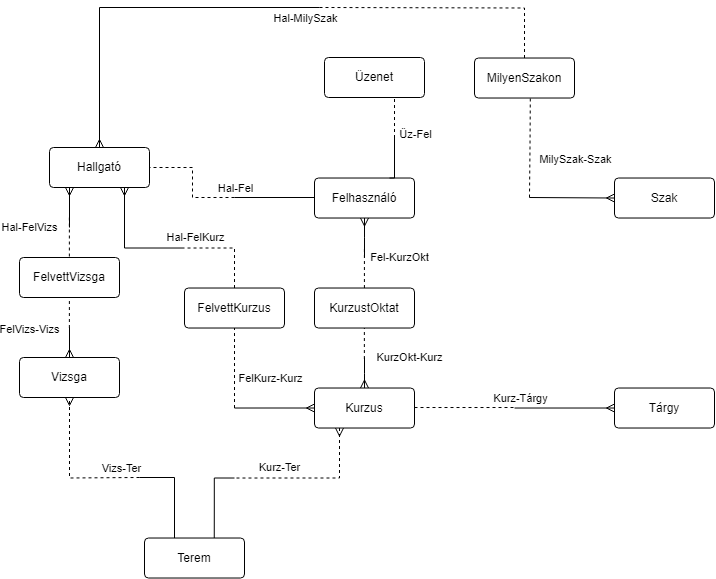
Earlier version of the draw.io export ssadm/egyedmodell/egyedmodell.png (SzoDavid/murica). Source tidied: cells renumbered, new cells last; positions are measured from the earlier drawing's top-left corner, leaving out a move shared by most shapes.
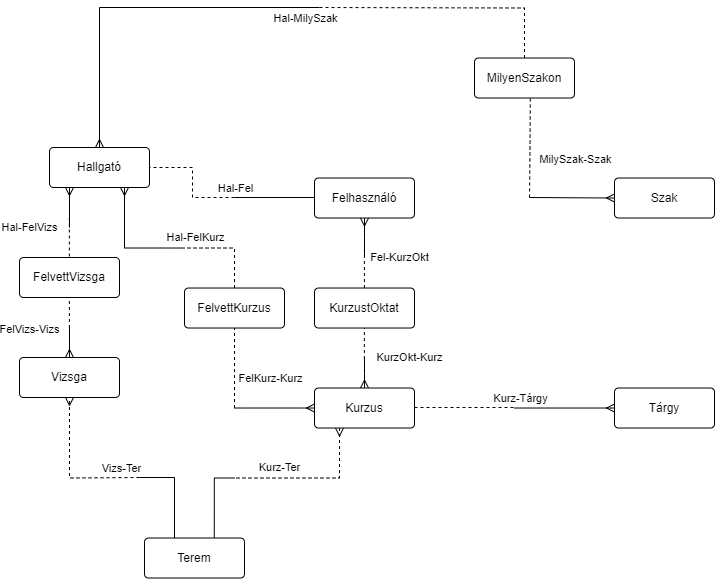
Later version of the same file.

Change to the diagram source:
```diff
@@ -62,20 +62,6 @@
         <mxPoint x="495" y="400.5" as="targetPoint" />
       </mxGeometry>
     </mxCell>
-    <mxCell id="16" value="Üzenet" style="rounded=1;arcSize=10;whiteSpace=wrap;html=1;align=center;" parent="1" vertex="1">
-      <mxGeometry x="305" y="50" width="100" height="40" as="geometry" />
-    </mxCell>
-    <mxCell id="17" style="fontSize=12;html=1;endArrow=none;startArrow=none;rounded=0;edgeStyle=orthogonalEdgeStyle;dashed=1;startFill=0;endFill=0;" parent="1" edge="1">
-      <mxGeometry relative="1" as="geometry">
-        <mxPoint x="375" y="130.5" as="sourcePoint" />
-        <mxPoint x="375" y="90.5" as="targetPoint" />
-      </mxGeometry>
-    </mxCell>
-    <mxCell id="18" value="Üz-Fel" style="edgeLabel;html=1;align=center;verticalAlign=middle;" parent="17" vertex="1">
-      <mxGeometry x="-0.8" relative="1" as="geometry">
-        <mxPoint x="20" as="offset" />
-      </mxGeometry>
-    </mxCell>
     <mxCell id="19" value="MilyenSzakon" style="rounded=1;arcSize=10;whiteSpace=wrap;html=1;align=center;" parent="1" vertex="1">
       <mxGeometry x="455" y="50.5" width="100" height="40" as="geometry" />
     </mxCell>
@@ -143,15 +129,6 @@
         </Array>
       </mxGeometry>
     </mxCell>
-    <mxCell id="32" style="fontSize=12;html=1;endArrow=none;startArrow=none;rounded=0;exitX=0.75;exitY=0;exitDx=0;exitDy=0;edgeStyle=orthogonalEdgeStyle;startFill=0;endFill=0;" parent="1" edge="1" source="2">
-      <mxGeometry relative="1" as="geometry">
-        <mxPoint x="375" y="130.5" as="targetPoint" />
-        <Array as="points">
-          <mxPoint x="375" y="170.5" />
-          <mxPoint x="375" y="130.5" />
-        </Array>
-      </mxGeometry>
-    </mxCell>
     <mxCell id="33" style="fontSize=12;html=1;endArrow=none;startArrow=none;rounded=0;startFill=0;endFill=0;dashed=1;entryX=1;entryY=0.5;entryDx=0;entryDy=0;edgeStyle=orthogonalEdgeStyle;" parent="1" edge="1">
       <mxGeometry relative="1" as="geometry">
         <mxPoint x="215" y="190" as="sourcePoint" />
```
